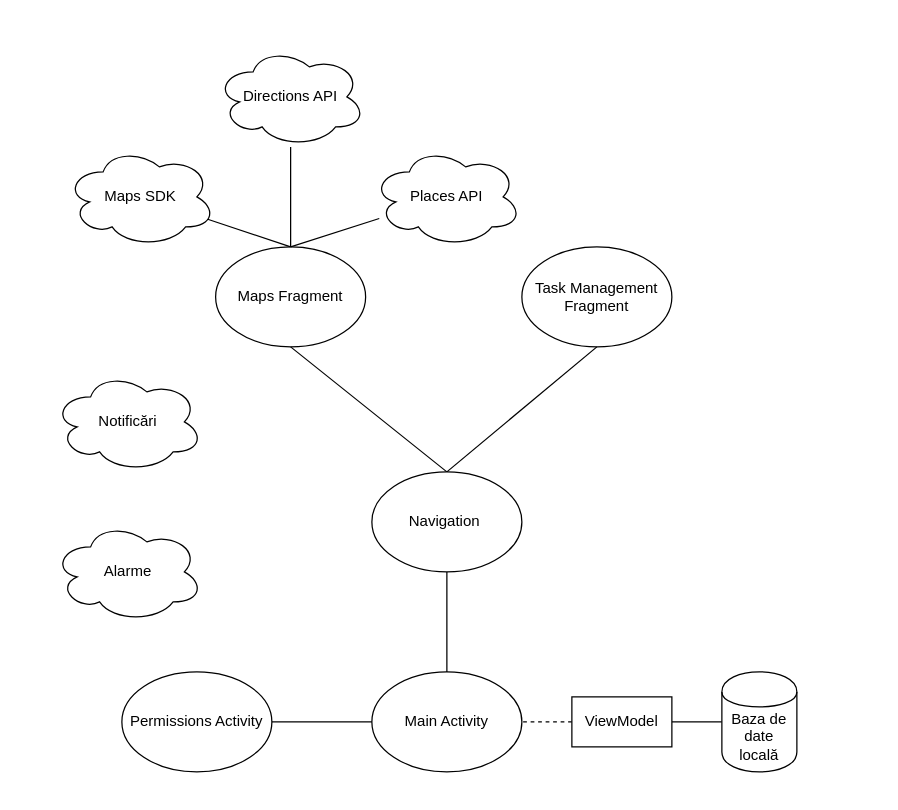
Earlier version of the draw.io diagram page "Arhitectura pe componente" (3 of 8) of documentation/licenta.drawio (DanielMuresan1618/Do-Route). Source tidied: cells renumbered, new cells numbered last; positions are measured from the earlier drawing's top-left corner, leaving out a move shared by most shapes. Both pictures are drawn from the tidied source at 125%, with x=0, y=0 at pixel (52, 46).
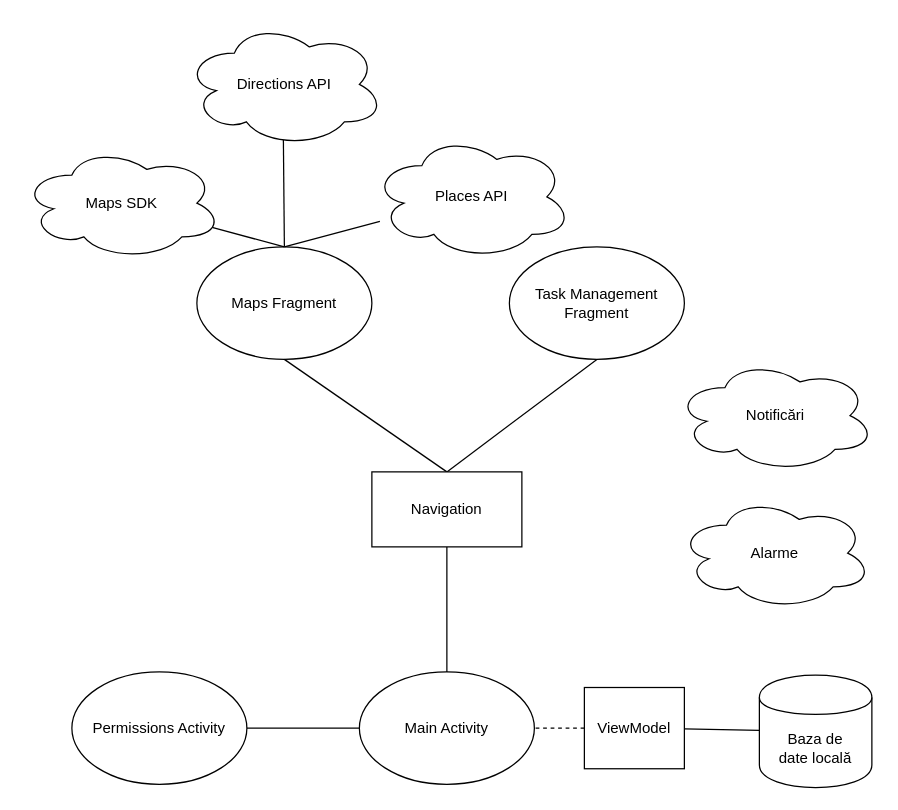
The same diagram, later.

Diff of the diagram source:
```diff
@@
     <mxCell id="2" value="Maps Fragment" style="ellipse;whiteSpace=wrap;html=1;fillColor=#FFFFFF;" parent="1" vertex="1">
-      <mxGeometry x="130" y="160" width="120" height="80" as="geometry" />
+      <mxGeometry x="115" y="160" width="140" height="90" as="geometry" />
     </mxCell>
     <mxCell id="3" value="Task Management Fragment" style="ellipse;whiteSpace=wrap;html=1;fillColor=#FFFFFF;" parent="1" vertex="1">
-      <mxGeometry x="375" y="160" width="120" height="80" as="geometry" />
+      <mxGeometry x="365" y="160" width="140" height="90" as="geometry" />
     </mxCell>
@@
     <mxCell id="5" value="Main Activity" style="ellipse;whiteSpace=wrap;html=1;fillColor=#FFFFFF;" parent="1" vertex="1">
-      <mxGeometry x="255" y="500" width="120" height="80" as="geometry" />
+      <mxGeometry x="245" y="500" width="140" height="90" as="geometry" />
     </mxCell>
@@
-    <mxCell id="8" value="Navigation&amp;nbsp;" style="ellipse;whiteSpace=wrap;html=1;fillColor=#FFFFFF;" parent="1" vertex="1">
-      <mxGeometry x="255" y="340" width="120" height="80" as="geometry" />
-    </mxCell>
@@
     <mxCell id="10" value="Permissions Activity" style="ellipse;whiteSpace=wrap;html=1;fillColor=#FFFFFF;" parent="1" vertex="1">
-      <mxGeometry x="55" y="500" width="120" height="80" as="geometry" />
+      <mxGeometry x="15" y="500" width="140" height="90" as="geometry" />
     </mxCell>
@@
     <mxCell id="13" value="ViewModel" style="rounded=0;whiteSpace=wrap;html=1;fillColor=#FFFFFF;" parent="1" vertex="1">
-      <mxGeometry x="415" y="520" width="80" height="40" as="geometry" />
+      <mxGeometry x="425" y="512.5" width="80" height="65" as="geometry" />
     </mxCell>
     <mxCell id="14" value="Notificări" style="ellipse;shape=cloud;whiteSpace=wrap;html=1;fillColor=#FFFFFF;" parent="1" vertex="1">
-      <mxGeometry y="260" width="120" height="80" as="geometry" />
+      <mxGeometry x="497.5" y="250" width="160" height="90" as="geometry" />
     </mxCell>
     <mxCell id="15" value="Alarme" style="ellipse;shape=cloud;whiteSpace=wrap;html=1;fillColor=#FFFFFF;" parent="1" vertex="1">
-      <mxGeometry y="380" width="120" height="80" as="geometry" />
+      <mxGeometry x="500" y="360" width="155" height="90" as="geometry" />
     </mxCell>
@@
     <mxCell id="17" value="Maps SDK" style="ellipse;shape=cloud;whiteSpace=wrap;html=1;fillColor=#FFFFFF;" parent="1" vertex="1">
-      <mxGeometry x="10" y="80" width="120" height="80" as="geometry" />
+      <mxGeometry x="-25" y="80" width="160" height="90" as="geometry" />
     </mxCell>
-    <mxCell id="18" style="edgeStyle=none;rounded=0;jettySize=auto;html=1;entryX=0.5;entryY=0;entryDx=0;entryDy=0;startArrow=none;startFill=0;endArrow=none;endFill=0;" parent="1" edge="1" source="19" target="2">
+    <mxCell id="18" style="edgeStyle=none;rounded=0;jettySize=auto;html=1;entryX=0.5;entryY=0;entryDx=0;entryDy=0;startArrow=none;startFill=0;endArrow=none;endFill=0;exitX=0.495;exitY=0.934;exitDx=0;exitDy=0;exitPerimeter=0;" parent="1" edge="1" source="19" target="2">
       <mxGeometry relative="1" as="geometry" />
     </mxCell>
     <mxCell id="19" value="Directions API" style="ellipse;shape=cloud;whiteSpace=wrap;html=1;fillColor=#FFFFFF;" parent="1" vertex="1">
-      <mxGeometry x="130" width="120" height="80" as="geometry" />
+      <mxGeometry x="105" y="-20" width="160" height="100" as="geometry" />
     </mxCell>
@@
     <mxCell id="21" value="Places API" style="ellipse;shape=cloud;whiteSpace=wrap;html=1;fillColor=#FFFFFF;" parent="1" vertex="1">
-      <mxGeometry x="255" y="80" width="120" height="80" as="geometry" />
+      <mxGeometry x="255" y="70" width="160" height="100" as="geometry" />
     </mxCell>
     <mxCell id="22" value="Baza de&lt;br&gt;date locală" style="shape=cylinder;whiteSpace=wrap;html=1;boundedLbl=1;backgroundOutline=1;fillColor=#FFFFFF;" parent="1" vertex="1">
-      <mxGeometry x="535" y="500" width="60" height="80" as="geometry" />
+      <mxGeometry x="565" y="502.5" width="90" height="90" as="geometry" />
     </mxCell>
+    <mxCell id="8" value="Navigation" style="rounded=0;whiteSpace=wrap;html=1;" parent="1" vertex="1">
+      <mxGeometry x="255" y="340" width="120" height="60" as="geometry" />
+    </mxCell>
```
